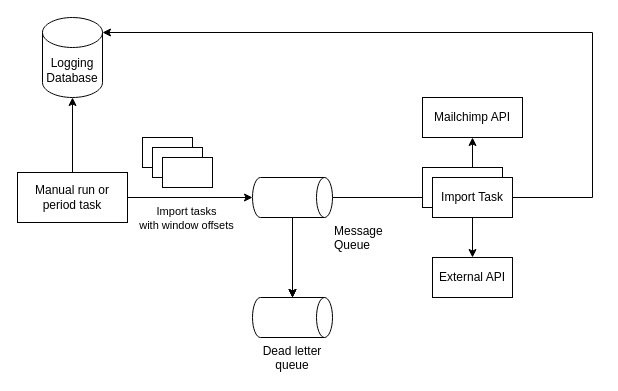
The draw.io diagram architecture.drawio in plourenco/distributed-importer, before the edit. Source tidied: cells renumbered, new cells numbered last; positions are measured from the earlier drawing's top-left corner, leaving out a move shared by most shapes. Both pictures are drawn from the tidied source at 100%, with x=0, y=0 at pixel (17, 17).
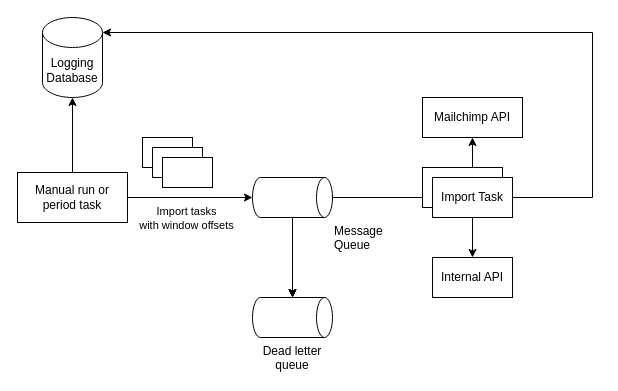
The same diagram, later.

Commit message:
Update architecture diagram

Change to the diagram source:
```diff
@@
-    <mxCell id="19" value="External API" style="rounded=0;whiteSpace=wrap;html=1;" parent="1" vertex="1">
+    <mxCell id="19" value="Internal API" style="rounded=0;whiteSpace=wrap;html=1;" parent="1" vertex="1">
       <mxGeometry x="415" y="240" width="80" height="40" as="geometry" />
     </mxCell>
```
